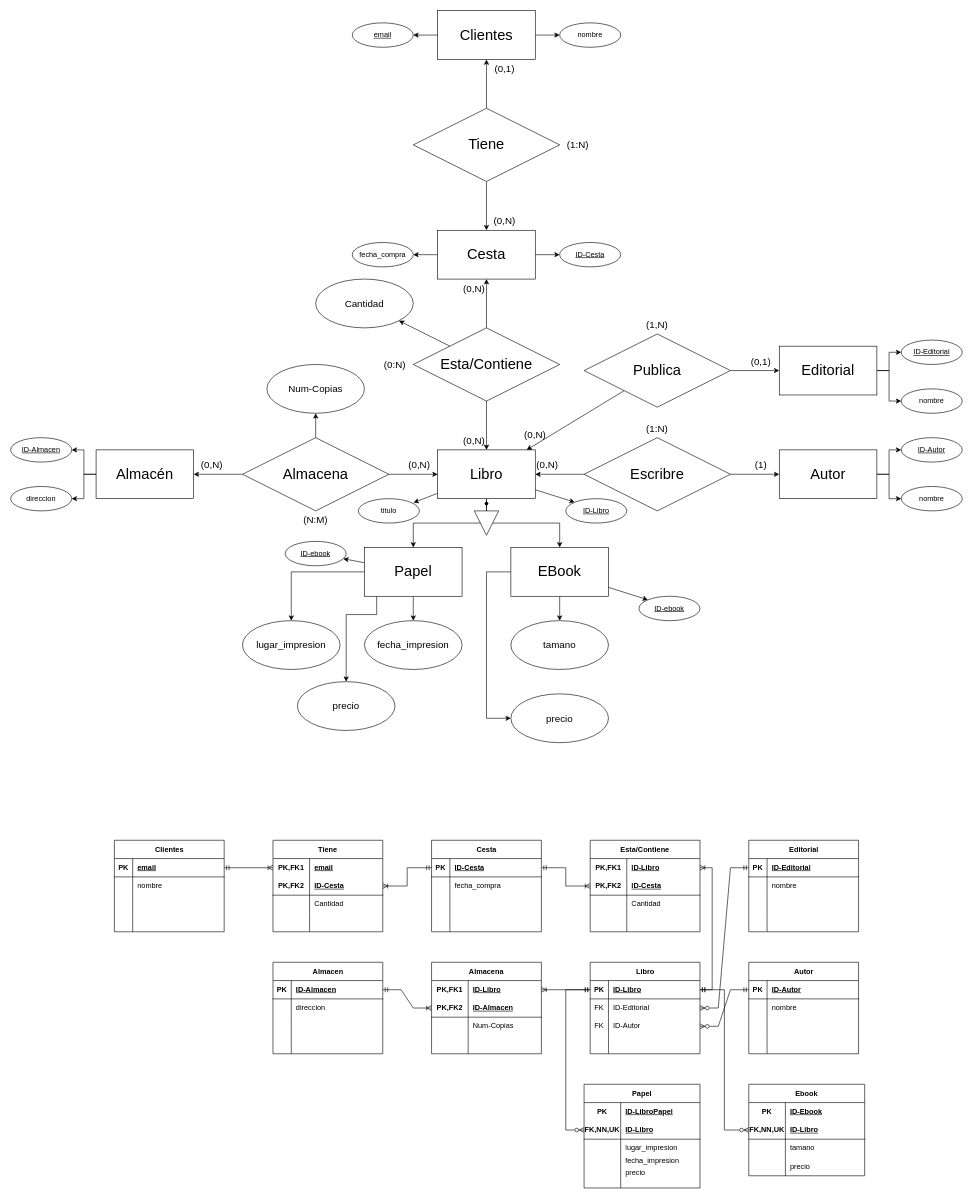
miguelelinformatico/2025_26 keeps this draw.io diagram as LibreriaOnLine.drawio. Above is the earlier version. Source tidied: cells renumbered, new cells numbered last; positions are measured from the earlier drawing's top-left corner, leaving out a move shared by most shapes. Both pictures are drawn from the tidied source at 61%, with x=0, y=0 at pixel (10, 10).
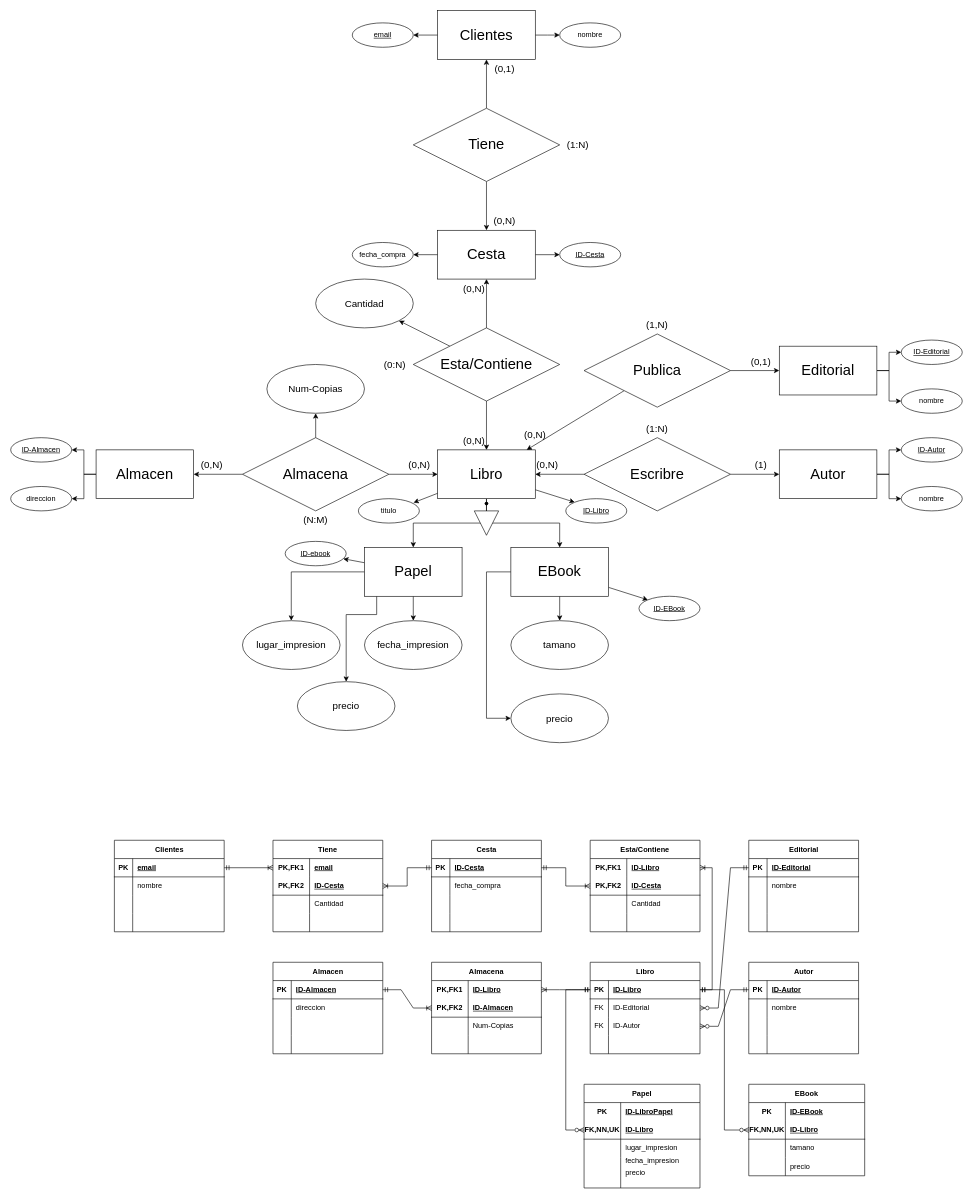
After the change.

Unchanged cells that the change refers to:
```xml
<mxCell id="217" style="shape=tableRow;horizontal=0;startSize=0;swimlaneHead=0;swimlaneBody=0;fillColor=none;top=0;left=0;right=0;bottom=0;html=1;" parent="216" vertex="1">
  <mxGeometry y="30" width="190" height="30" as="geometry" />
</mxCell>
```

Change to the diagram source:
```diff
@@
-    <mxCell id="15" value="&lt;font style=&quot;font-size: 24px;&quot;&gt;Almacén&lt;/font&gt;" style="whiteSpace=wrap;html=1;align=center;" parent="1" vertex="1">
+    <mxCell id="15" value="&lt;font style=&quot;font-size: 24px;&quot;&gt;Almacen&lt;/font&gt;" style="whiteSpace=wrap;html=1;align=center;" parent="1" vertex="1">
       <mxGeometry x="140" y="720" width="160" height="80" as="geometry" />
     </mxCell>
@@
-    <mxCell id="216" value="&lt;span style=&quot;text-wrap-mode: nowrap;&quot;&gt;Ebook&lt;/span&gt;" style="shape=table;startSize=30;childLayout=tableLayout;rowLines=0;fontStyle=1;align=center;html=1;whiteSpace=wrap;" parent="1" vertex="1">
+    <mxCell id="216" value="&lt;span style=&quot;text-wrap-mode: nowrap;&quot;&gt;EBook&lt;/span&gt;" style="shape=table;startSize=30;childLayout=tableLayout;rowLines=0;fontStyle=1;align=center;html=1;whiteSpace=wrap;" parent="1" vertex="1">
       <mxGeometry x="1210" y="1760" width="190" height="150" as="geometry" />
     </mxCell>
@@
-    <mxCell id="219" value="ID-Ebook" style="shape=partialRectangle;fillColor=none;top=0;left=0;bottom=0;right=0;align=left;spacingLeft=6;fontStyle=5;overflow=hidden;html=1;whiteSpace=wrap;" parent="217" vertex="1">
+    <mxCell id="219" value="ID-EBook" style="shape=partialRectangle;fillColor=none;top=0;left=0;bottom=0;right=0;align=left;spacingLeft=6;fontStyle=5;overflow=hidden;html=1;whiteSpace=wrap;" parent="217" vertex="1">
       <mxGeometry x="60" width="130" height="30" as="geometry" />
     </mxCell>
@@
-    <mxCell id="232" value="ID-ebook" style="ellipse;whiteSpace=wrap;html=1;align=center;fontStyle=4;" parent="1" vertex="1">
+    <mxCell id="232" value="ID-EBook" style="ellipse;whiteSpace=wrap;html=1;align=center;fontStyle=4;" parent="1" vertex="1">
       <mxGeometry x="1030" y="960" width="100" height="40" as="geometry" />
     </mxCell>
```
